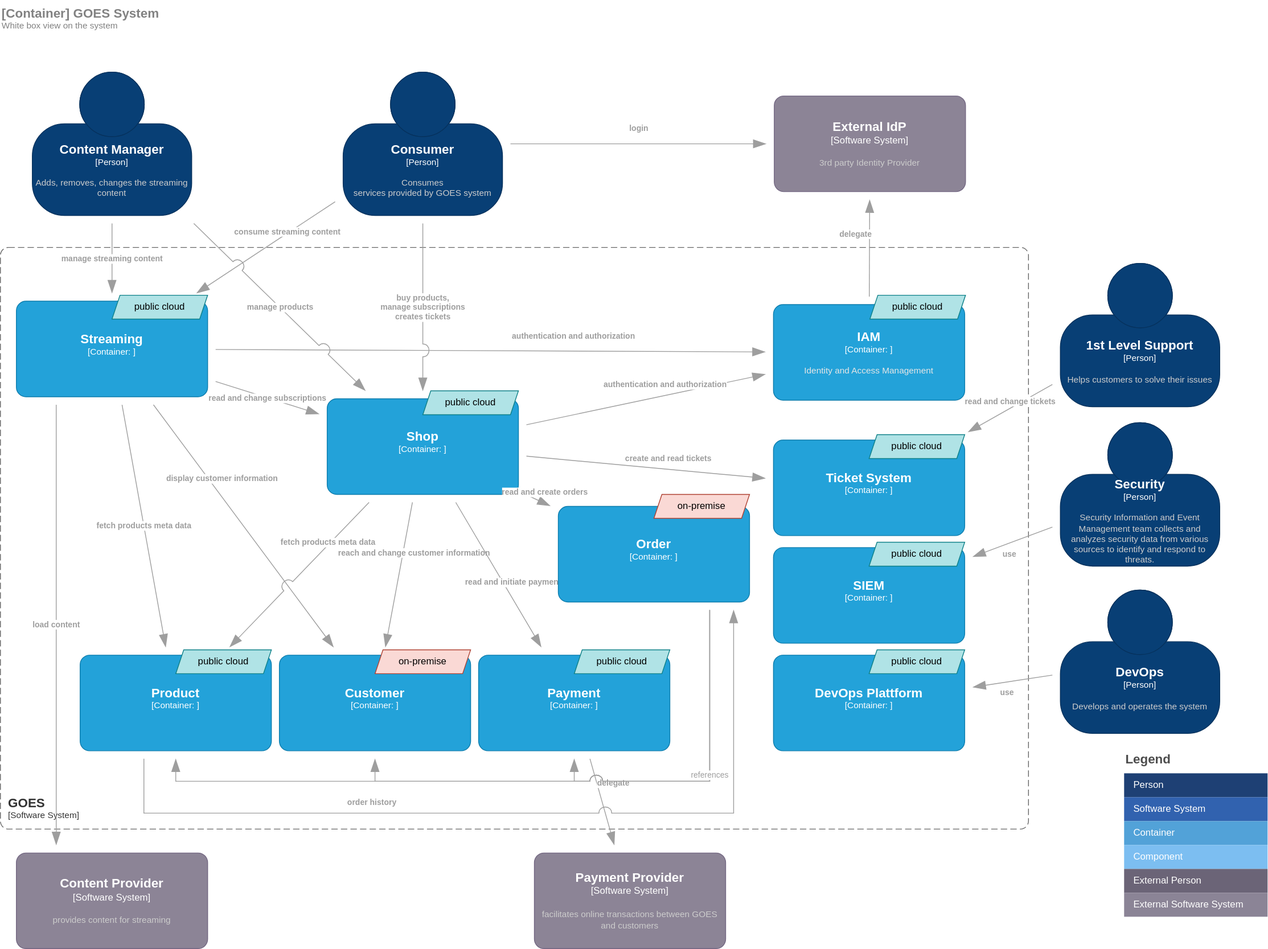
Before: img/Container.drawio.svg, a diagram exported from draw.io (wschaef/goes-architecture). Source tidied: cells renumbered, new cells last; positions are measured from the earlier drawing's top-left corner, leaving out a move shared by most shapes.
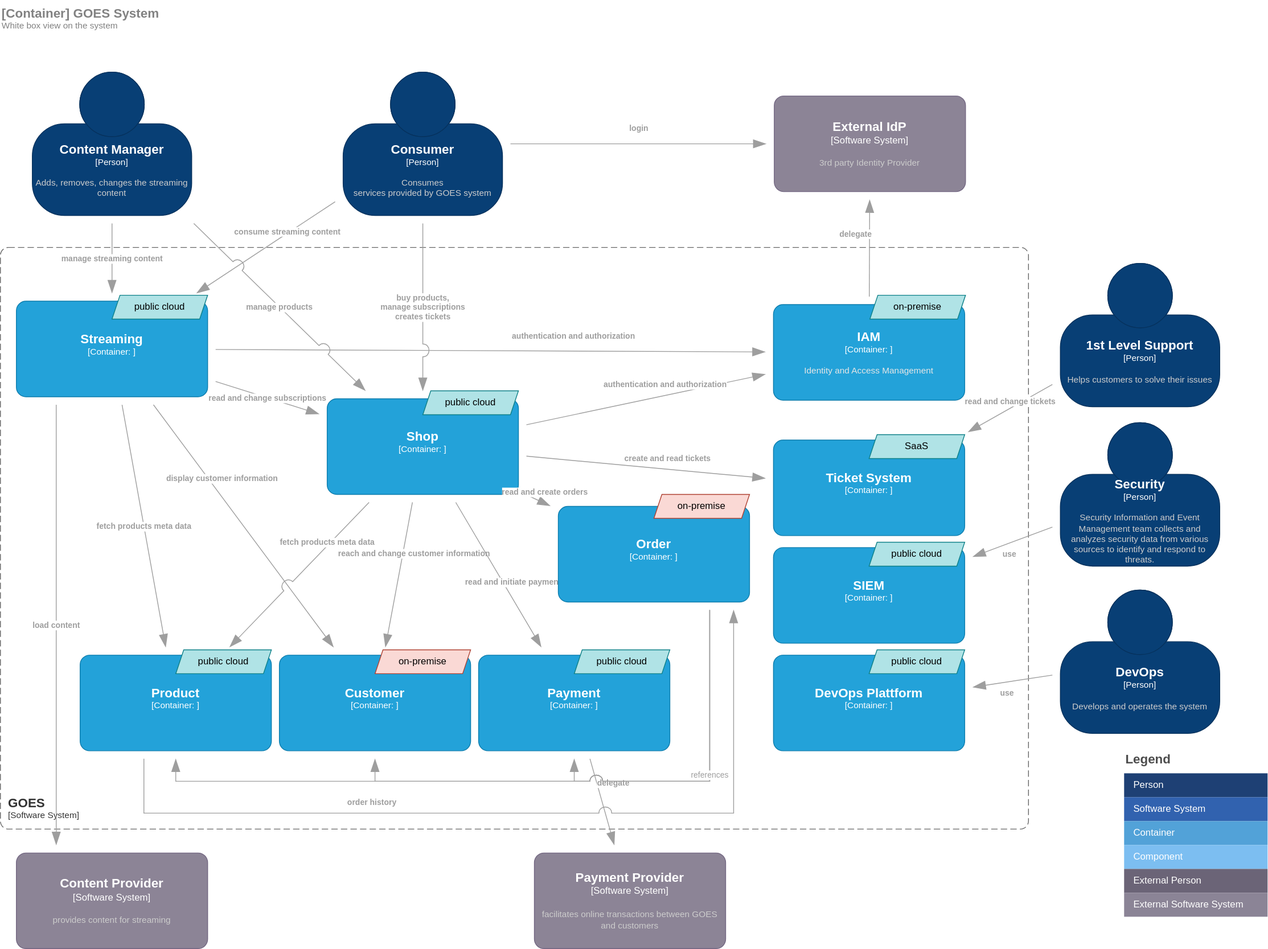
Later version of the same file.

Change to the diagram source:
```diff
@@ -270,10 +270,10 @@
     <mxCell id="58" value="public cloud" style="shape=parallelogram;perimeter=parallelogramPerimeter;whiteSpace=wrap;html=1;fixedSize=1;fillColor=#b0e3e6;strokeColor=#0e8088;size=10;" parent="1" vertex="1">
       <mxGeometry x="1090" y="680" width="120" height="30" as="geometry" />
     </mxCell>
-    <mxCell id="59" value="public cloud" style="shape=parallelogram;perimeter=parallelogramPerimeter;whiteSpace=wrap;html=1;fixedSize=1;fillColor=#b0e3e6;strokeColor=#0e8088;size=10;" parent="1" vertex="1">
+    <mxCell id="59" value="SaaS" style="shape=parallelogram;perimeter=parallelogramPerimeter;whiteSpace=wrap;html=1;fixedSize=1;fillColor=#b0e3e6;strokeColor=#0e8088;size=10;" parent="1" vertex="1">
       <mxGeometry x="1090" y="545" width="120" height="30" as="geometry" />
     </mxCell>
-    <mxCell id="60" value="public cloud" style="shape=parallelogram;perimeter=parallelogramPerimeter;whiteSpace=wrap;html=1;fixedSize=1;fillColor=#b0e3e6;strokeColor=#0e8088;size=10;" parent="1" vertex="1">
+    <mxCell id="60" value="on-premise" style="shape=parallelogram;perimeter=parallelogramPerimeter;whiteSpace=wrap;html=1;fixedSize=1;fillColor=#b0e3e6;strokeColor=#0e8088;size=10;" parent="1" vertex="1">
       <mxGeometry x="1091" y="370" width="120" height="30" as="geometry" />
     </mxCell>
     <object id="61" label="&lt;font style=&quot;font-size: 16px&quot;&gt;&lt;b&gt;%c4Name%&lt;/b&gt;&lt;/font&gt;&lt;div&gt;[%c4Type%]&lt;/div&gt;&lt;br&gt;&lt;div&gt;&lt;font style=&quot;font-size: 11px&quot;&gt;&lt;font color=&quot;#cccccc&quot;&gt;%c4Description%&lt;/font&gt;&lt;/div&gt;" c4Description="provides content for streaming" c4Name="Content Provider" c4Type="Software System" placeholders="1">
```
